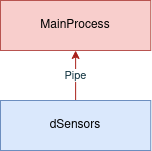
The draw.io diagram project/report/images/09sw_specification/task_overview.png in ESRGgroup9/slipad, before a commit. Source tidied: cells renumbered, new cells last; positions are measured from the earlier drawing's top-left corner, leaving out a move shared by most shapes. Its diagram source:
```xml
<mxGraphModel>
  <root>
    <mxCell id="0" />
    <mxCell id="1" parent="0" />
    <mxCell id="2" value="MainProcess" style="rounded=0;whiteSpace=wrap;html=1;sketch=0;strokeColor=#b85450;fillColor=#f8cecc;" parent="1" vertex="1">
      <mxGeometry width="150.2" height="50" as="geometry" />
    </mxCell>
    <mxCell id="3" value="Pipe" style="edgeStyle=orthogonalEdgeStyle;curved=0;rounded=1;sketch=0;jettySize=auto;html=1;fontColor=#143642;strokeColor=#A8201A;fillColor=#FAE5C7;" parent="1" edge="1" source="4" target="2">
      <mxGeometry relative="1" as="geometry" />
    </mxCell>
    <mxCell id="4" value="dSensors" style="rounded=0;whiteSpace=wrap;html=1;sketch=0;strokeColor=#6c8ebf;fillColor=#dae8fc;" parent="1" vertex="1">
      <mxGeometry y="100" width="150.2" height="50" as="geometry" />
    </mxCell>
  </root>
</mxGraphModel>
```
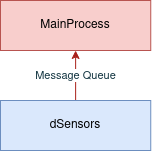
Above is the later version.

Change to the diagram source:
```diff
@@ -5,7 +5,7 @@
     <mxCell id="2" value="MainProcess" style="rounded=0;whiteSpace=wrap;html=1;sketch=0;strokeColor=#b85450;fillColor=#f8cecc;" parent="1" vertex="1">
       <mxGeometry width="150.2" height="50" as="geometry" />
     </mxCell>
-    <mxCell id="3" value="Pipe" style="edgeStyle=orthogonalEdgeStyle;curved=0;rounded=1;sketch=0;jettySize=auto;html=1;fontColor=#143642;strokeColor=#A8201A;fillColor=#FAE5C7;" parent="1" edge="1" source="4" target="2">
+    <mxCell id="3" value="Message Queue" style="edgeStyle=orthogonalEdgeStyle;curved=0;rounded=1;sketch=0;jettySize=auto;html=1;fontColor=#143642;strokeColor=#A8201A;fillColor=#FAE5C7;" parent="1" edge="1" source="4" target="2">
       <mxGeometry relative="1" as="geometry" />
     </mxCell>
     <mxCell id="4" value="dSensors" style="rounded=0;whiteSpace=wrap;html=1;sketch=0;strokeColor=#6c8ebf;fillColor=#dae8fc;" parent="1" vertex="1">
```
